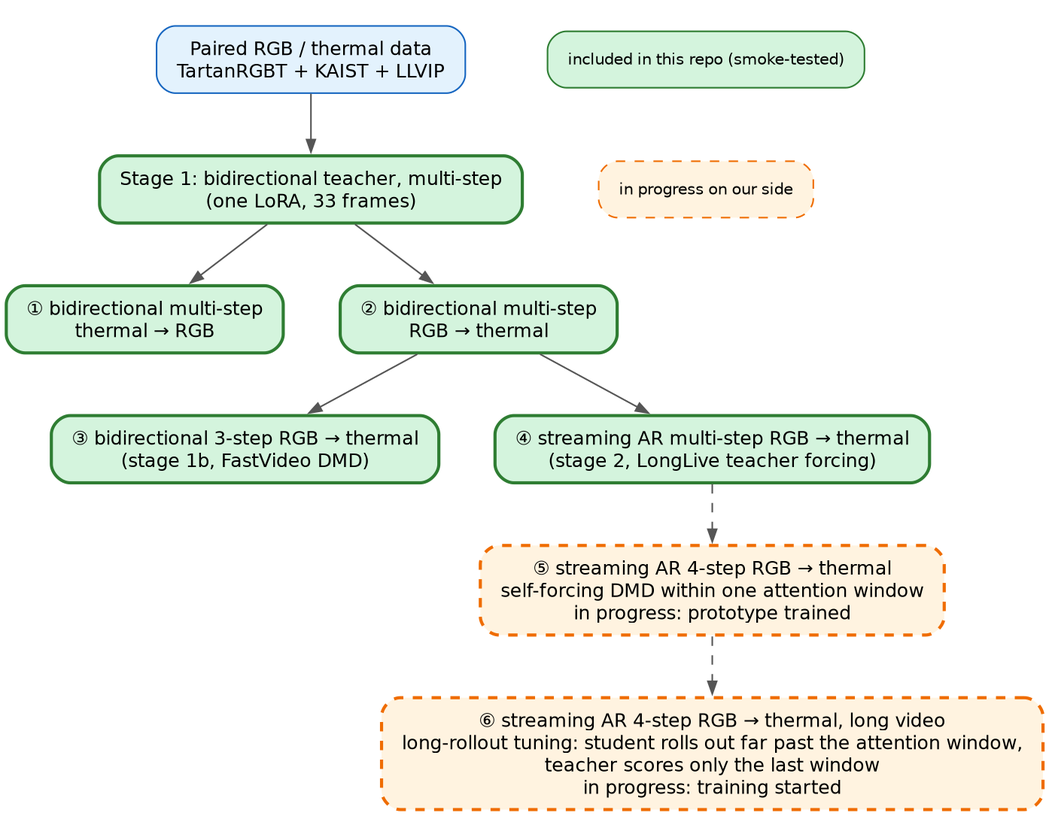
Before: assets/model_tree.png, a diagram exported from Graphviz (Greenery-S/thermal_v2v). Its source is kept beside it as assets/model_tree.dot.
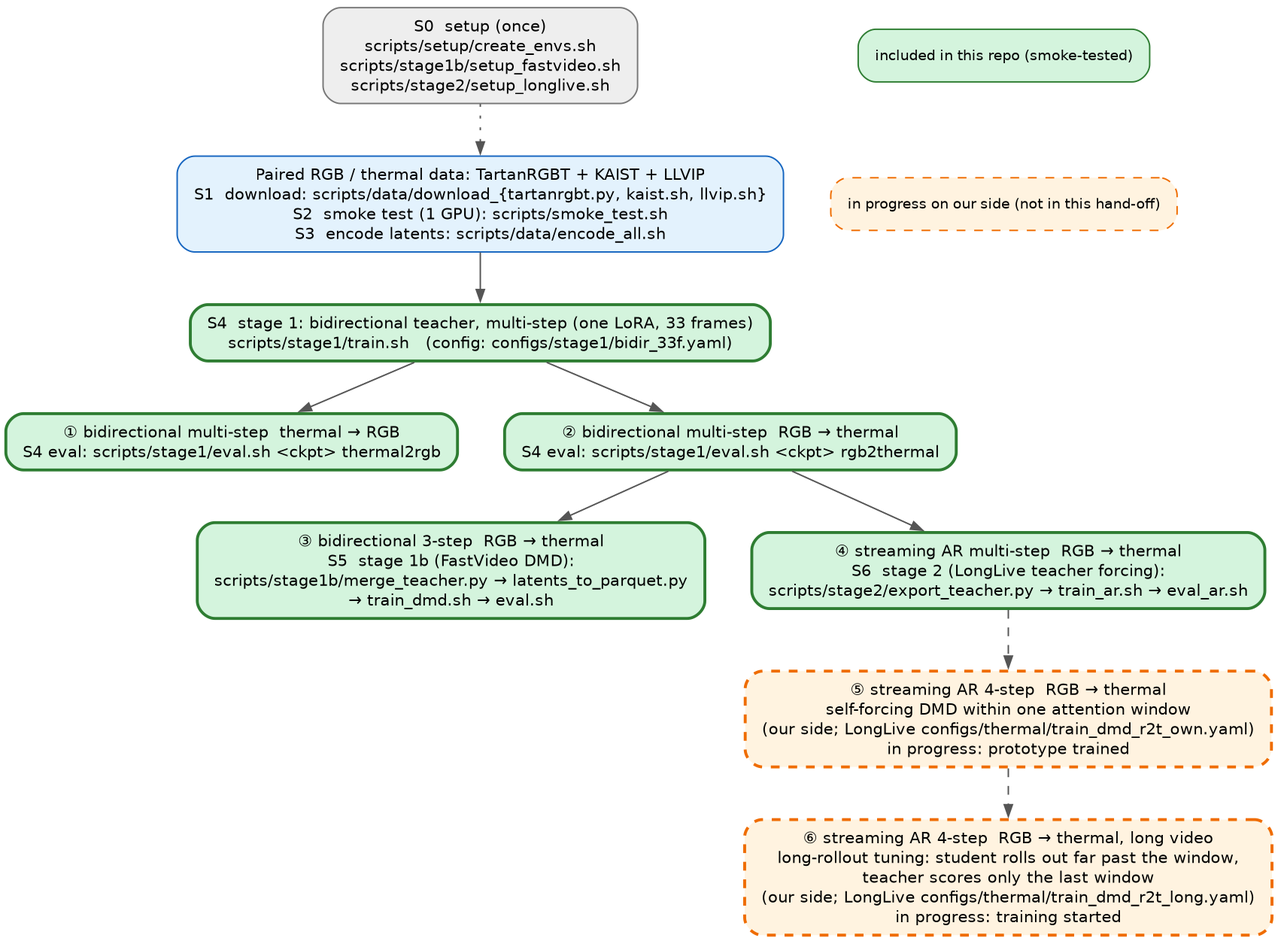
After the commit.

Commit message:
Step IDs S0-S6 on the model tree, README and AGENTS.md

Change to the diagram source:
```diff
@@ -1,19 +1,20 @@
 digraph G {
-  rankdir=TB; nodesep=0.5; ranksep=0.55; bgcolor="white";
-  node [shape=box, style="rounded,filled", fontname="Helvetica", fontsize=12, margin="0.18,0.10"];
+  rankdir=TB; nodesep=0.45; ranksep=0.5; bgcolor="white";
+  node [shape=box, style="rounded,filled", fontname="Helvetica", fontsize=11, margin="0.16,0.08"];
   edge [color="#555555", arrowsize=0.8];
-  D   [label="Paired RGB / thermal data\nTartanRGBT + KAIST + LLVIP", fillcolor="#e3f2fd", color="#1565c0"];
-  B   [label="Stage 1: bidirectional teacher, multi-step\n(one LoRA, 33 frames)", fillcolor="#d4f4dd", color="#2e7d32", penwidth=2];
-  T2R [label="① bidirectional multi-step\nthermal → RGB", fillcolor="#d4f4dd", color="#2e7d32", penwidth=2];
-  R2T [label="② bidirectional multi-step\nRGB → thermal", fillcolor="#d4f4dd", color="#2e7d32", penwidth=2];
-  FS  [label="③ bidirectional 3-step RGB → thermal\n(stage 1b, FastVideo DMD)", fillcolor="#d4f4dd", color="#2e7d32", penwidth=2];
-  AR  [label="④ streaming AR multi-step RGB → thermal\n(stage 2, LongLive teacher forcing)", fillcolor="#d4f4dd", color="#2e7d32", penwidth=2];
-  SF  [label="⑤ streaming AR 4-step RGB → thermal\nself-forcing DMD within one attention window\nin progress: prototype trained", fillcolor="#fff3e0", color="#ef6c00", style="rounded,filled,dashed", penwidth=2];
-  LR  [label="⑥ streaming AR 4-step RGB → thermal, long video\nlong-rollout tuning: student rolls out far past the attention window,\nteacher scores only the last window\nin progress: training started", fillcolor="#fff3e0", color="#ef6c00", style="rounded,filled,dashed", penwidth=2];
-  D -> B; B -> T2R; B -> R2T; R2T -> FS; R2T -> AR;
+  S0  [label="S0  setup (once)\nscripts/setup/create_envs.sh\nscripts/stage1b/setup_fastvideo.sh\nscripts/stage2/setup_longlive.sh", fillcolor="#eeeeee", color="#777777"];
+  D   [label="Paired RGB / thermal data: TartanRGBT + KAIST + LLVIP\nS1  download: scripts/data/download_{tartanrgbt.py, kaist.sh, llvip.sh}\nS2  smoke test (1 GPU): scripts/smoke_test.sh\nS3  encode latents: scripts/data/encode_all.sh", fillcolor="#e3f2fd", color="#1565c0"];
+  B   [label="S4  stage 1: bidirectional teacher, multi-step (one LoRA, 33 frames)\nscripts/stage1/train.sh   (config: configs/stage1/bidir_33f.yaml)", fillcolor="#d4f4dd", color="#2e7d32", penwidth=2];
+  T2R [label="① bidirectional multi-step  thermal → RGB\nS4 eval: scripts/stage1/eval.sh <ckpt> thermal2rgb", fillcolor="#d4f4dd", color="#2e7d32", penwidth=2];
+  R2T [label="② bidirectional multi-step  RGB → thermal\nS4 eval: scripts/stage1/eval.sh <ckpt> rgb2thermal", fillcolor="#d4f4dd", color="#2e7d32", penwidth=2];
+  FS  [label="③ bidirectional 3-step  RGB → thermal\nS5  stage 1b (FastVideo DMD):\nscripts/stage1b/merge_teacher.py → latents_to_parquet.py\n→ train_dmd.sh → eval.sh", fillcolor="#d4f4dd", color="#2e7d32", penwidth=2];
+  AR  [label="④ streaming AR multi-step  RGB → thermal\nS6  stage 2 (LongLive teacher forcing):\nscripts/stage2/export_teacher.py → train_ar.sh → eval_ar.sh", fillcolor="#d4f4dd", color="#2e7d32", penwidth=2];
+  SF  [label="⑤ streaming AR 4-step  RGB → thermal\nself-forcing DMD within one attention window\n(our side; LongLive configs/thermal/train_dmd_r2t_own.yaml)\nin progress: prototype trained", fillcolor="#fff3e0", color="#ef6c00", style="rounded,filled,dashed", penwidth=2];
+  LR  [label="⑥ streaming AR 4-step  RGB → thermal, long video\nlong-rollout tuning: student rolls out far past the window,\nteacher scores only the last window\n(our side; LongLive configs/thermal/train_dmd_r2t_long.yaml)\nin progress: training started", fillcolor="#fff3e0", color="#ef6c00", style="rounded,filled,dashed", penwidth=2];
+  S0 -> D [style=dotted]; D -> B; B -> T2R; B -> R2T; R2T -> FS; R2T -> AR;
   AR -> SF [style=dashed]; SF -> LR [style=dashed];
   subgraph cluster_legend { label=""; color="white";
     L1 [label="included in this repo (smoke-tested)", fillcolor="#d4f4dd", color="#2e7d32", fontsize=10];
-    L2 [label="in progress on our side", fillcolor="#fff3e0", color="#ef6c00", style="rounded,filled,dashed", fontsize=10];
+    L2 [label="in progress on our side (not in this hand-off)", fillcolor="#fff3e0", color="#ef6c00", style="rounded,filled,dashed", fontsize=10];
     L1 -> L2 [style=invis]; }
 }
```
